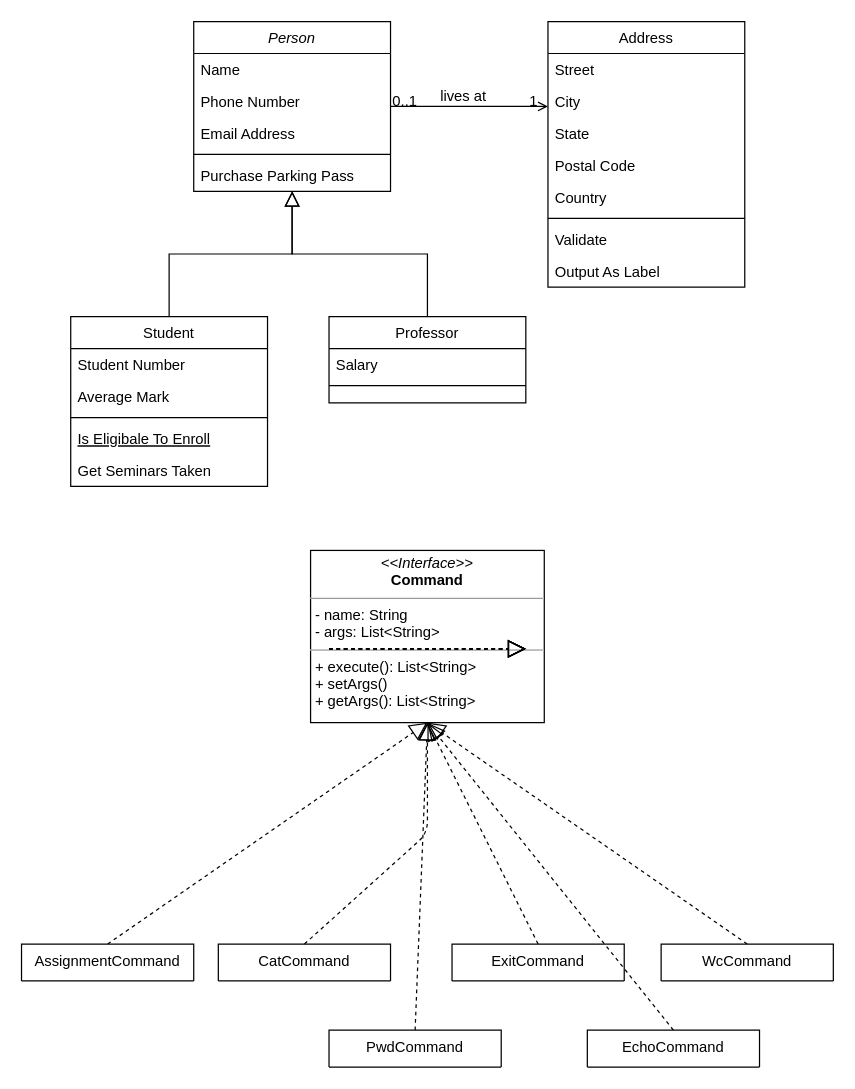
Before: Untitled Diagram.drawio in leoneed03/JB, a draw.io diagram. Source tidied: cells renumbered, new cells numbered last; positions are measured from the earlier drawing's top-left corner, leaving out a move shared by most shapes. Both pictures are drawn from the tidied source at 123%, with x=0, y=0 at pixel (21, 21).
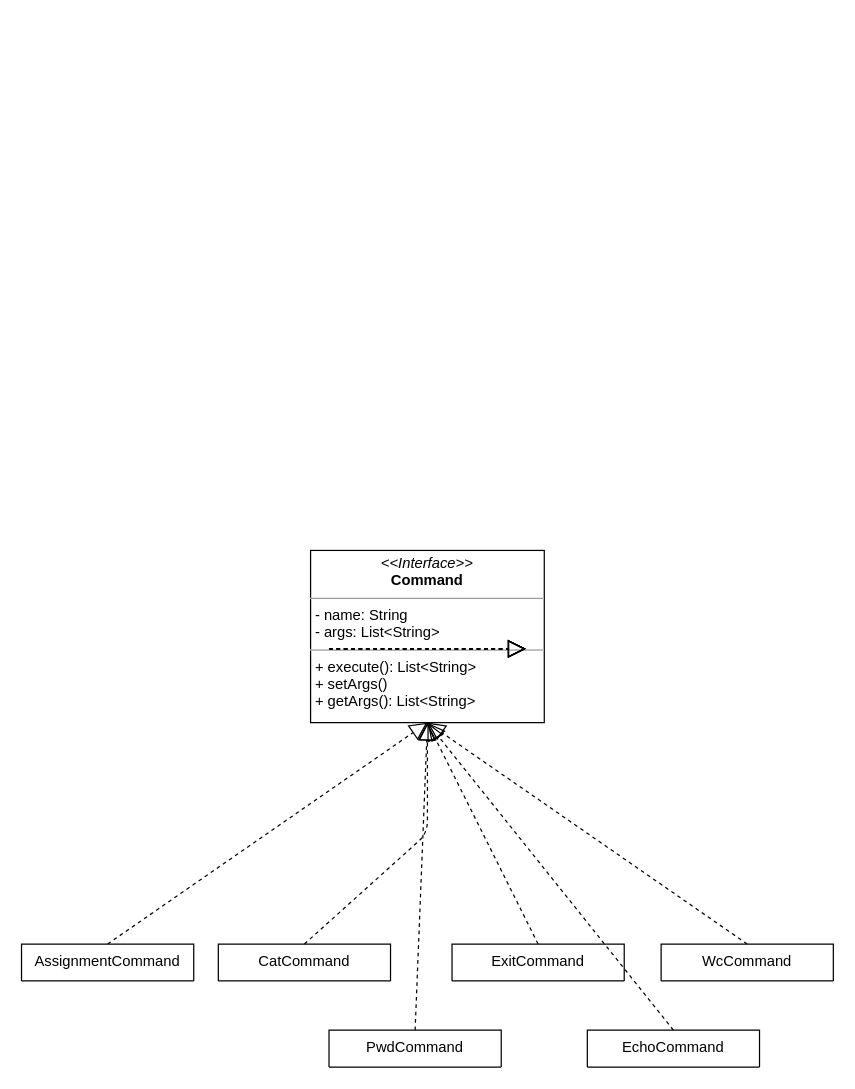
The same page after the edit.

Change to the diagram source:
```diff
@@
-    <mxCell id="2" value="Person" style="swimlane;fontStyle=2;align=center;verticalAlign=top;horizontal=1;startSize=26;rounded=0;shadow=0;strokeWidth=1;" parent="1" vertex="1">
-      <mxGeometry x="140" width="160" height="138" as="geometry" />
-    </mxCell>
-    <mxCell id="3" value="Name" style="text;align=left;verticalAlign=top;spacingLeft=4;spacingRight=4;overflow=hidden;" parent="2" vertex="1">
-      <mxGeometry y="26" width="160" height="26" as="geometry" />
-    </mxCell>
-    <mxCell id="4" value="Phone Number" style="text;align=left;verticalAlign=top;spacingLeft=4;spacingRight=4;overflow=hidden;rounded=0;shadow=0;html=0;" parent="2" vertex="1">
-      <mxGeometry y="52" width="160" height="26" as="geometry" />
-    </mxCell>
-    <mxCell id="5" value="Email Address" style="text;align=left;verticalAlign=top;spacingLeft=4;spacingRight=4;overflow=hidden;rounded=0;shadow=0;html=0;" parent="2" vertex="1">
-      <mxGeometry y="78" width="160" height="26" as="geometry" />
-    </mxCell>
-    <mxCell id="6" style="line;html=1;strokeWidth=1;align=left;verticalAlign=middle;spacingTop=-1;spacingLeft=3;spacingRight=3;labelPosition=right;" parent="2" vertex="1">
-      <mxGeometry y="104" width="160" height="8" as="geometry" />
-    </mxCell>
-    <mxCell id="7" value="Purchase Parking Pass" style="text;align=left;verticalAlign=top;spacingLeft=4;spacingRight=4;overflow=hidden;" parent="2" vertex="1">
-      <mxGeometry y="112" width="160" height="26" as="geometry" />
-    </mxCell>
-    <mxCell id="8" value="Student" style="swimlane;fontStyle=0;align=center;verticalAlign=top;horizontal=1;startSize=26;rounded=0;shadow=0;strokeWidth=1;" parent="1" vertex="1">
-      <mxGeometry x="40" y="240" width="160" height="138" as="geometry" />
-    </mxCell>
-    <mxCell id="9" value="Student Number" style="text;align=left;verticalAlign=top;spacingLeft=4;spacingRight=4;overflow=hidden;" parent="8" vertex="1">
-      <mxGeometry y="26" width="160" height="26" as="geometry" />
-    </mxCell>
-    <mxCell id="10" value="Average Mark" style="text;align=left;verticalAlign=top;spacingLeft=4;spacingRight=4;overflow=hidden;rounded=0;shadow=0;html=0;" parent="8" vertex="1">
-      <mxGeometry y="52" width="160" height="26" as="geometry" />
-    </mxCell>
-    <mxCell id="11" style="line;html=1;strokeWidth=1;align=left;verticalAlign=middle;spacingTop=-1;spacingLeft=3;spacingRight=3;labelPosition=right;" parent="8" vertex="1">
-      <mxGeometry y="78" width="160" height="8" as="geometry" />
-    </mxCell>
-    <mxCell id="12" value="Is Eligibale To Enroll" style="text;align=left;verticalAlign=top;spacingLeft=4;spacingRight=4;overflow=hidden;fontStyle=4;" parent="8" vertex="1">
-      <mxGeometry y="86" width="160" height="26" as="geometry" />
-    </mxCell>
-    <mxCell id="13" value="Get Seminars Taken" style="text;align=left;verticalAlign=top;spacingLeft=4;spacingRight=4;overflow=hidden;" parent="8" vertex="1">
-      <mxGeometry y="112" width="160" height="26" as="geometry" />
-    </mxCell>
-    <mxCell id="14" style="endArrow=block;endSize=10;endFill=0;shadow=0;strokeWidth=1;rounded=0;edgeStyle=elbowEdgeStyle;elbow=vertical;" parent="1" edge="1" source="8" target="2">
-      <mxGeometry relative="1" as="geometry" />
-    </mxCell>
-    <mxCell id="15" value="Professor" style="swimlane;fontStyle=0;align=center;verticalAlign=top;horizontal=1;startSize=26;rounded=0;shadow=0;strokeWidth=1;" parent="1" vertex="1">
-      <mxGeometry x="250" y="240" width="160" height="70" as="geometry" />
-    </mxCell>
-    <mxCell id="16" value="Salary" style="text;align=left;verticalAlign=top;spacingLeft=4;spacingRight=4;overflow=hidden;" parent="15" vertex="1">
-      <mxGeometry y="26" width="160" height="26" as="geometry" />
-    </mxCell>
-    <mxCell id="17" style="line;html=1;strokeWidth=1;align=left;verticalAlign=middle;spacingTop=-1;spacingLeft=3;spacingRight=3;labelPosition=right;" parent="15" vertex="1">
-      <mxGeometry y="52" width="160" height="8" as="geometry" />
-    </mxCell>
-    <mxCell id="18" style="endArrow=block;endSize=10;endFill=0;shadow=0;strokeWidth=1;rounded=0;edgeStyle=elbowEdgeStyle;elbow=vertical;" parent="1" edge="1" source="15" target="2">
-      <mxGeometry relative="1" as="geometry" />
-    </mxCell>
-    <mxCell id="19" value="Address" style="swimlane;fontStyle=0;align=center;verticalAlign=top;horizontal=1;startSize=26;rounded=0;shadow=0;strokeWidth=1;" parent="1" vertex="1">
-      <mxGeometry x="428" width="160" height="216" as="geometry" />
-    </mxCell>
-    <mxCell id="20" value="Street" style="text;align=left;verticalAlign=top;spacingLeft=4;spacingRight=4;overflow=hidden;" parent="19" vertex="1">
-      <mxGeometry y="26" width="160" height="26" as="geometry" />
-    </mxCell>
-    <mxCell id="21" value="City" style="text;align=left;verticalAlign=top;spacingLeft=4;spacingRight=4;overflow=hidden;rounded=0;shadow=0;html=0;" parent="19" vertex="1">
-      <mxGeometry y="52" width="160" height="26" as="geometry" />
-    </mxCell>
-    <mxCell id="22" value="State" style="text;align=left;verticalAlign=top;spacingLeft=4;spacingRight=4;overflow=hidden;rounded=0;shadow=0;html=0;" parent="19" vertex="1">
-      <mxGeometry y="78" width="160" height="26" as="geometry" />
-    </mxCell>
-    <mxCell id="23" value="Postal Code" style="text;align=left;verticalAlign=top;spacingLeft=4;spacingRight=4;overflow=hidden;rounded=0;shadow=0;html=0;" parent="19" vertex="1">
-      <mxGeometry y="104" width="160" height="26" as="geometry" />
-    </mxCell>
-    <mxCell id="24" value="Country" style="text;align=left;verticalAlign=top;spacingLeft=4;spacingRight=4;overflow=hidden;rounded=0;shadow=0;html=0;" parent="19" vertex="1">
-      <mxGeometry y="130" width="160" height="26" as="geometry" />
-    </mxCell>
-    <mxCell id="25" style="line;html=1;strokeWidth=1;align=left;verticalAlign=middle;spacingTop=-1;spacingLeft=3;spacingRight=3;labelPosition=right;" parent="19" vertex="1">
-      <mxGeometry y="156" width="160" height="8" as="geometry" />
-    </mxCell>
-    <mxCell id="26" value="Validate" style="text;align=left;verticalAlign=top;spacingLeft=4;spacingRight=4;overflow=hidden;" parent="19" vertex="1">
-      <mxGeometry y="164" width="160" height="26" as="geometry" />
-    </mxCell>
-    <mxCell id="27" value="Output As Label" style="text;align=left;verticalAlign=top;spacingLeft=4;spacingRight=4;overflow=hidden;" parent="19" vertex="1">
-      <mxGeometry y="190" width="160" height="26" as="geometry" />
-    </mxCell>
-    <mxCell id="28" style="endArrow=open;shadow=0;strokeWidth=1;rounded=0;endFill=1;edgeStyle=elbowEdgeStyle;elbow=vertical;" parent="1" edge="1" source="2" target="19">
-      <mxGeometry x="0.5" y="41" relative="1" as="geometry">
-        <mxPoint x="-40" y="32" as="offset" />
-      </mxGeometry>
-    </mxCell>
-    <mxCell id="29" value="0..1" style="align=left;verticalAlign=bottom;labelBackgroundColor=none;fontSize=12;" parent="28" vertex="1">
-      <mxGeometry x="-1" relative="1" as="geometry">
-        <mxPoint y="4" as="offset" />
-      </mxGeometry>
-    </mxCell>
-    <mxCell id="30" value="1" style="align=right;verticalAlign=bottom;labelBackgroundColor=none;fontSize=12;" parent="28" vertex="1">
-      <mxGeometry x="1" relative="1" as="geometry">
-        <mxPoint x="-7" y="4" as="offset" />
-      </mxGeometry>
-    </mxCell>
-    <mxCell id="31" value="lives at" style="text;html=1;align=center;verticalAlign=middle;labelBackgroundColor=none;rounded=0;shadow=0;strokeWidth=1;fontSize=12;" parent="28" vertex="1">
-      <mxGeometry x="0.5" y="49" relative="1" as="geometry">
-        <mxPoint x="-38" y="40" as="offset" />
-      </mxGeometry>
-    </mxCell>
```
